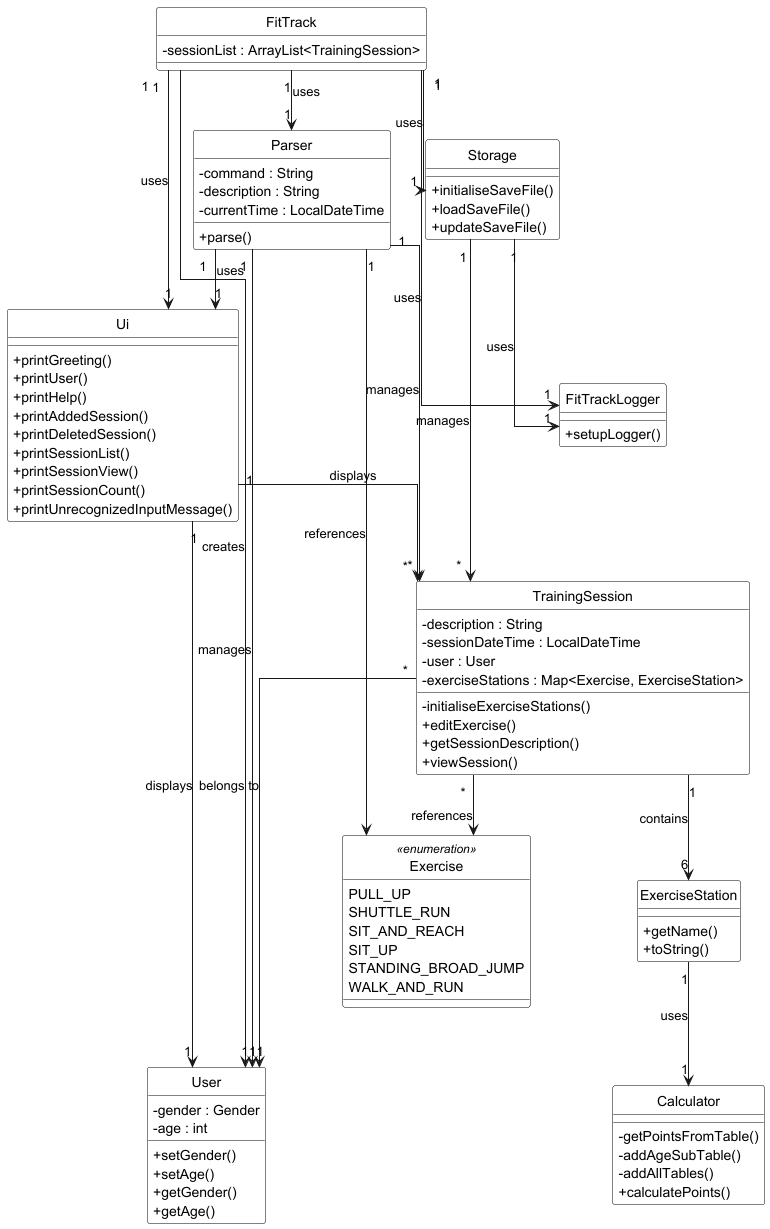
nus-cs2113-AY2425S1/tp keeps this PlantUML diagram as docs/Images/Class_Overall.png. Above is the earlier version.
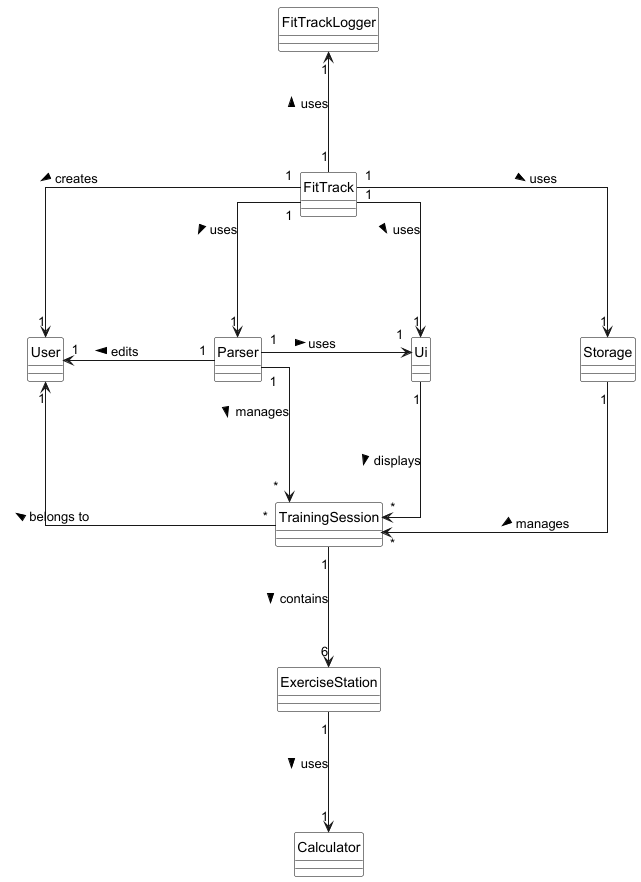
Later version of the same file.

What changed in the source:
```diff
@@ -1,105 +1,56 @@
 @startuml
 skinparam linetype ortho
+skinparam nodesep 150
+skinparam ranksep 120
 hide circle
 skinparam classAttributeIconSize 0
 skinparam classBackgroundColor White
 skinparam classBorderColor Black
 
 class FitTrack {
-    -sessionList : ArrayList<TrainingSession>
 }
 
 class Parser {
-    -command : String
-    -description : String
-    -currentTime : LocalDateTime
-    +parse()
 }
 
 class Ui {
-    +printGreeting()
-    +printUser()
-    +printHelp()
-    +printAddedSession()
-    +printDeletedSession()
-    +printSessionList()
-    +printSessionView()
-    +printSessionCount()
-    +printUnrecognizedInputMessage()
 }
 
 class Storage {
-    +initialiseSaveFile()
-    +loadSaveFile()
-    +updateSaveFile()
 }
 
 class TrainingSession {
-    -description : String
-    -sessionDateTime : LocalDateTime
-    -user : User
-    -exerciseStations : Map<Exercise, ExerciseStation>
-    -initialiseExerciseStations()
-    +editExercise()
-    +getSessionDescription()
-    +viewSession()
 }
 
 class User {
-    -gender : Gender
-    -age : int
-    +setGender()
-    +setAge()
-    +getGender()
-    +getAge()
-}
-
-enum Exercise <<enumeration>> {
-    PULL_UP
-    SHUTTLE_RUN
-    SIT_AND_REACH
-    SIT_UP
-    STANDING_BROAD_JUMP
-    WALK_AND_RUN
 }
 
 class FitTrackLogger {
-    +setupLogger()
 }
 
 class ExerciseStation {
-    +getName()
-    +toString()
 }
 
 class Calculator {
-    -getPointsFromTable()
-    -addAgeSubTable()
-    -addAllTables()
-    +calculatePoints()
 }
 
-FitTrack "1" --> "1" Storage : uses
-FitTrack "1" --> "1" FitTrackLogger : uses
-FitTrack "1" --> "1" User : creates
-FitTrack "1" --> "1" Parser : uses
-FitTrack "1" --> "1" Ui : uses
+FitTrack "1" --> "1" Storage : uses >
+FitTrack "1" -up-> "1" FitTrackLogger : uses >
+FitTrack "1" -down-> "1" User : creates >
+FitTrack "1" -down-> "1" Parser : uses >
+FitTrack "1" -down-> "1" Ui : uses >
 
-Parser "1" --> "1" Ui : uses
-Parser "1" --> "1" User : manages
-Parser "1" --> "*" TrainingSession : manages
-Parser "1" --> Exercise : references
+Storage "1" --> "*" TrainingSession : manages >
 
-Ui "1" -> "1" User : displays
-Ui "1" --> "*" TrainingSession : displays
+Parser "1" -right-> "1" Ui : uses >
+Parser "1" -left-> "1" User : edits >
+Parser "1" --> "*" TrainingSession : manages >
 
-Storage "1" --> "*" TrainingSession : manages
-Storage "1" --> "1" FitTrackLogger : uses
+Ui "1" --> "*" TrainingSession : displays >
 
-TrainingSession "*" ---> "1" User : belongs to
-TrainingSession "*" --> Exercise : references
-TrainingSession "1" --> "6" ExerciseStation : contains
+TrainingSession "*" --> "1" User : belongs to >
+TrainingSession "1" -down-> "6" ExerciseStation : contains >
 
-ExerciseStation "1" --> "1" Calculator : uses
+ExerciseStation "1" -down-> "1" Calculator : uses >
 
 @enduml
```
